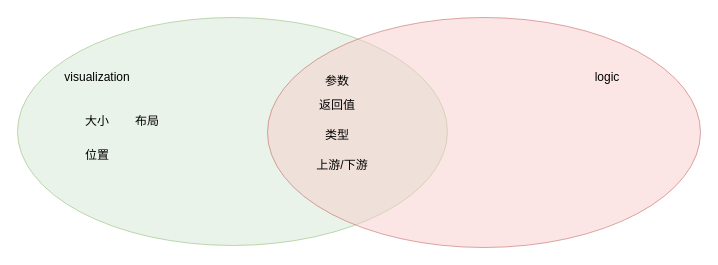
lokewei/draw.io keeps this draw.io diagram as visualize+logic.drawio. Above is the earlier version. Source tidied: cells renumbered, new cells numbered last; positions are measured from the earlier drawing's top-left corner, leaving out a move shared by most shapes. Both pictures are drawn from the tidied source at 100%, with x=0, y=0 at pixel (17, 17).
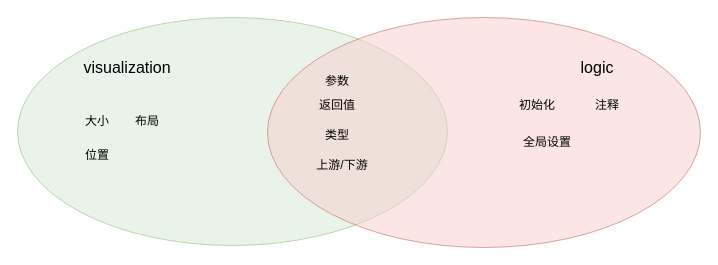
The same page after the edit.

Change to the diagram source:
```diff
@@
 <mxGraphModel>
   <root>
     <mxCell id="0" />
     <mxCell id="1" parent="0" />
     <mxCell id="2" style="ellipse;whiteSpace=wrap;html=1;opacity=50;fillColor=#d5e8d4;strokeColor=#82b366;" parent="1" vertex="1">
       <mxGeometry width="430" height="228" as="geometry" />
     </mxCell>
     <mxCell id="3" style="ellipse;whiteSpace=wrap;html=1;opacity=50;shadow=0;fillColor=#f8cecc;strokeColor=#b85450;" parent="1" vertex="1">
       <mxGeometry x="250" width="433" height="230" as="geometry" />
     </mxCell>
-    <mxCell id="4" value="visualization" style="text;html=1;strokeColor=none;fillColor=none;align=center;verticalAlign=middle;whiteSpace=wrap;rounded=0;shadow=0;opacity=50;" parent="1" vertex="1">
-      <mxGeometry x="60" y="50" width="40" height="20" as="geometry" />
+    <mxCell id="4" value="&lt;font style=&quot;font-size: 16px&quot;&gt;visualization&lt;/font&gt;" style="text;html=1;strokeColor=none;fillColor=none;align=center;verticalAlign=middle;whiteSpace=wrap;rounded=0;shadow=0;opacity=50;" parent="1" vertex="1">
+      <mxGeometry x="90" y="40" width="40" height="20" as="geometry" />
     </mxCell>
-    <mxCell id="5" value="logic" style="text;html=1;strokeColor=none;fillColor=none;align=center;verticalAlign=middle;whiteSpace=wrap;rounded=0;shadow=0;opacity=50;" parent="1" vertex="1">
-      <mxGeometry x="570" y="50" width="40" height="20" as="geometry" />
+    <mxCell id="5" value="&lt;font style=&quot;font-size: 16px&quot;&gt;logic&lt;/font&gt;" style="text;html=1;strokeColor=none;fillColor=none;align=center;verticalAlign=middle;whiteSpace=wrap;rounded=0;shadow=0;opacity=50;" parent="1" vertex="1">
+      <mxGeometry x="560" y="40" width="40" height="20" as="geometry" />
     </mxCell>
     <mxCell id="6" value="参数" style="text;html=1;strokeColor=none;fillColor=none;align=center;verticalAlign=middle;whiteSpace=wrap;rounded=0;shadow=0;opacity=50;" parent="1" vertex="1">
       <mxGeometry x="300" y="54" width="40" height="20" as="geometry" />
     </mxCell>
     <mxCell id="7" value="返回值" style="text;html=1;strokeColor=none;fillColor=none;align=center;verticalAlign=middle;whiteSpace=wrap;rounded=0;shadow=0;opacity=50;" parent="1" vertex="1">
       <mxGeometry x="300" y="78" width="40" height="20" as="geometry" />
     </mxCell>
     <mxCell id="8" value="类型" style="text;html=1;strokeColor=none;fillColor=none;align=center;verticalAlign=middle;whiteSpace=wrap;rounded=0;shadow=0;opacity=50;" parent="1" vertex="1">
       <mxGeometry x="300" y="108" width="40" height="20" as="geometry" />
     </mxCell>
     <mxCell id="9" value="大小" style="text;html=1;strokeColor=none;fillColor=none;align=center;verticalAlign=middle;whiteSpace=wrap;rounded=0;shadow=0;opacity=50;" parent="1" vertex="1">
       <mxGeometry x="60" y="94" width="40" height="20" as="geometry" />
     </mxCell>
     <mxCell id="10" value="位置" style="text;html=1;strokeColor=none;fillColor=none;align=center;verticalAlign=middle;whiteSpace=wrap;rounded=0;shadow=0;opacity=50;" parent="1" vertex="1">
       <mxGeometry x="60" y="128" width="40" height="20" as="geometry" />
     </mxCell>
     <mxCell id="11" value="上游/下游" style="text;html=1;strokeColor=none;fillColor=none;align=center;verticalAlign=middle;whiteSpace=wrap;rounded=0;shadow=0;opacity=50;" parent="1" vertex="1">
       <mxGeometry x="290" y="138" width="70" height="20" as="geometry" />
     </mxCell>
     <mxCell id="12" value="布局" style="text;html=1;strokeColor=none;fillColor=none;align=center;verticalAlign=middle;whiteSpace=wrap;rounded=0;shadow=0;opacity=50;" parent="1" vertex="1">
       <mxGeometry x="110" y="94" width="40" height="20" as="geometry" />
     </mxCell>
+    <mxCell id="13" value="注释" style="text;html=1;strokeColor=none;fillColor=none;align=center;verticalAlign=middle;whiteSpace=wrap;rounded=0;shadow=0;opacity=50;" parent="1" vertex="1">
+      <mxGeometry x="570" y="78" width="40" height="20" as="geometry" />
+    </mxCell>
+    <mxCell id="14" value="初始化" style="text;html=1;strokeColor=none;fillColor=none;align=center;verticalAlign=middle;whiteSpace=wrap;rounded=0;shadow=0;opacity=50;" parent="1" vertex="1">
+      <mxGeometry x="500" y="78" width="40" height="20" as="geometry" />
+    </mxCell>
+    <mxCell id="15" value="全局设置" style="text;html=1;strokeColor=none;fillColor=none;align=center;verticalAlign=middle;whiteSpace=wrap;rounded=0;shadow=0;opacity=50;" parent="1" vertex="1">
+      <mxGeometry x="500" y="115" width="60" height="20" as="geometry" />
+    </mxCell>
   </root>
 </mxGraphModel>
```
